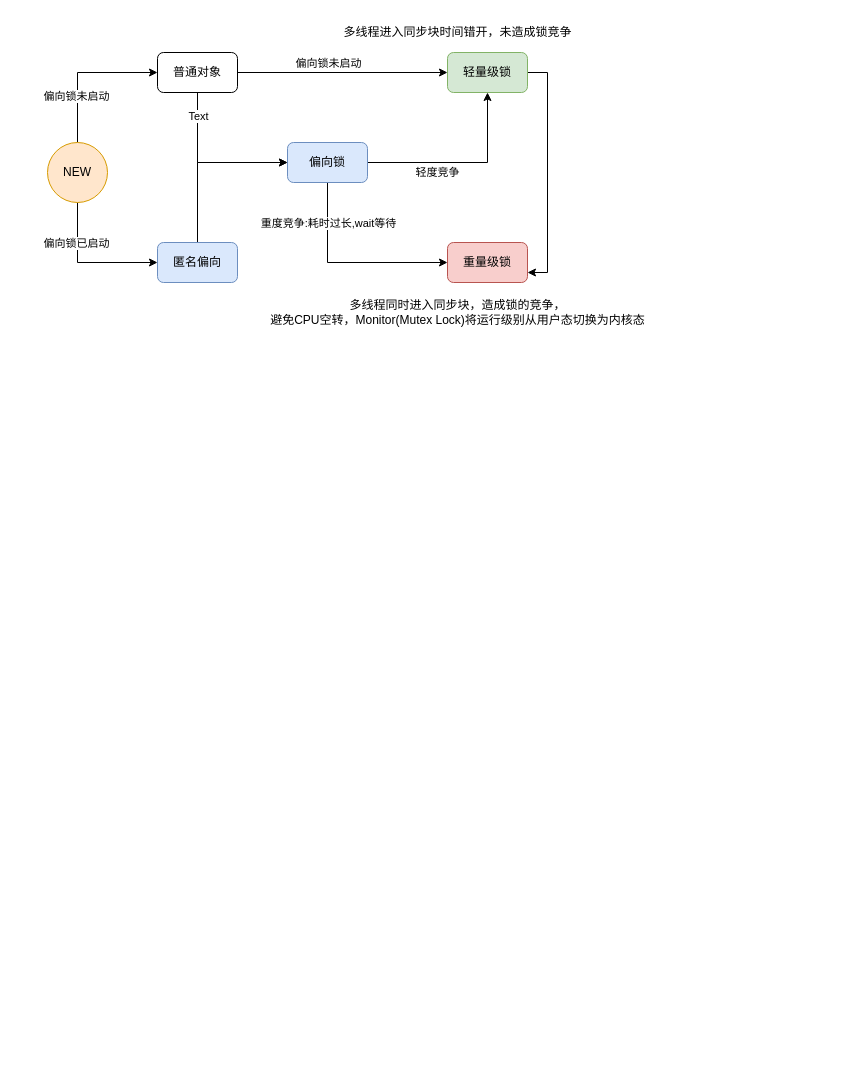
Earlier version of the draw.io diagram 日常画图草稿板.drawio (ccoderJava/draw-diagrams). Source tidied: cells renumbered, new cells numbered last; positions are measured from the earlier drawing's top-left corner, leaving out a move shared by most shapes. Both pictures are drawn from the tidied source at 100%, with x=0, y=0 at pixel (47, 17).
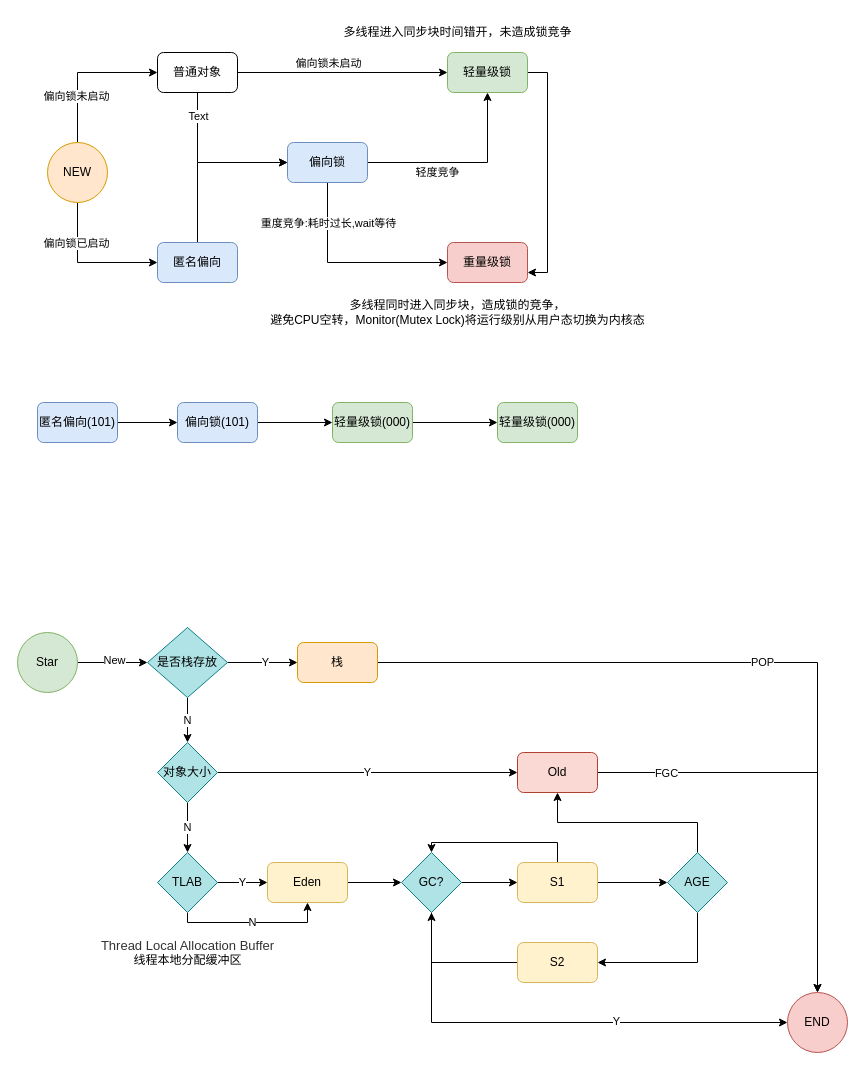
After the change.

Commit message:
:sparkles: 添加对象回收流程

What changed in the source:
```diff
@@
+    <mxCell id="23" style="edgeStyle=orthogonalEdgeStyle;rounded=0;jettySize=auto;html=1;exitX=1;exitY=0.5;exitDx=0;exitDy=0;entryX=0;entryY=0.5;entryDx=0;entryDy=0;" parent="1" edge="1" source="24" target="26">
+      <mxGeometry relative="1" as="geometry" />
+    </mxCell>
+    <mxCell id="24" value="匿名偏向(101)" style="rounded=1;whiteSpace=wrap;html=1;fillColor=#dae8fc;strokeColor=#6c8ebf;" parent="1" vertex="1">
+      <mxGeometry x="-10" y="385" width="80" height="40" as="geometry" />
+    </mxCell>
+    <mxCell id="25" style="edgeStyle=orthogonalEdgeStyle;rounded=0;jettySize=auto;html=1;exitX=1;exitY=0.5;exitDx=0;exitDy=0;entryX=0;entryY=0.5;entryDx=0;entryDy=0;" parent="1" edge="1" source="26" target="28">
+      <mxGeometry relative="1" as="geometry" />
+    </mxCell>
+    <mxCell id="26" value="偏向锁(101)" style="rounded=1;whiteSpace=wrap;html=1;fillColor=#dae8fc;strokeColor=#6c8ebf;" parent="1" vertex="1">
+      <mxGeometry x="130" y="385" width="80" height="40" as="geometry" />
+    </mxCell>
+    <mxCell id="27" style="edgeStyle=orthogonalEdgeStyle;rounded=0;jettySize=auto;html=1;exitX=1;exitY=0.5;exitDx=0;exitDy=0;entryX=0;entryY=0.5;entryDx=0;entryDy=0;" parent="1" edge="1" source="28" target="29">
+      <mxGeometry relative="1" as="geometry" />
+    </mxCell>
+    <mxCell id="28" value="轻量级锁(000)" style="rounded=1;whiteSpace=wrap;html=1;fillColor=#d5e8d4;strokeColor=#82b366;" parent="1" vertex="1">
+      <mxGeometry x="285" y="385" width="80" height="40" as="geometry" />
+    </mxCell>
+    <mxCell id="29" value="轻量级锁(000)" style="rounded=1;whiteSpace=wrap;html=1;fillColor=#d5e8d4;strokeColor=#82b366;" parent="1" vertex="1">
+      <mxGeometry x="450" y="385" width="80" height="40" as="geometry" />
+    </mxCell>
+    <mxCell id="30" style="edgeStyle=orthogonalEdgeStyle;rounded=0;jettySize=auto;html=1;exitX=1;exitY=0.5;exitDx=0;exitDy=0;" parent="1" edge="1" source="32" target="36">
+      <mxGeometry relative="1" as="geometry" />
+    </mxCell>
+    <mxCell id="31" value="New" style="edgeLabel;html=1;align=center;verticalAlign=middle;" parent="30" vertex="1">
+      <mxGeometry x="0.03" y="3" relative="1" as="geometry" />
+    </mxCell>
+    <mxCell id="32" value="Star" style="ellipse;whiteSpace=wrap;html=1;fillColor=#d5e8d4;strokeColor=#82b366;" parent="1" vertex="1">
+      <mxGeometry x="-30" y="615" width="60" height="60" as="geometry" />
+    </mxCell>
+    <mxCell id="33" style="edgeStyle=orthogonalEdgeStyle;rounded=0;jettySize=auto;html=1;exitX=1;exitY=0.5;exitDx=0;exitDy=0;" parent="1" edge="1" source="36" target="41">
+      <mxGeometry relative="1" as="geometry" />
+    </mxCell>
+    <mxCell id="34" value="Y" style="edgeLabel;html=1;align=center;verticalAlign=middle;" parent="33" vertex="1">
+      <mxGeometry x="0.06" y="2" relative="1" as="geometry">
+        <mxPoint y="1" as="offset" />
+      </mxGeometry>
+    </mxCell>
+    <mxCell id="35" value="N" style="edgeStyle=orthogonalEdgeStyle;rounded=0;jettySize=auto;html=1;exitX=0.5;exitY=1;exitDx=0;exitDy=0;entryX=0.5;entryY=0;entryDx=0;entryDy=0;" parent="1" edge="1" source="36" target="39">
+      <mxGeometry relative="1" as="geometry" />
+    </mxCell>
+    <mxCell id="36" value="是否栈存放" style="rhombus;whiteSpace=wrap;html=1;fillColor=#b0e3e6;strokeColor=#0e8088;" parent="1" vertex="1">
+      <mxGeometry x="100" y="610" width="80" height="70" as="geometry" />
+    </mxCell>
+    <mxCell id="37" value="N" style="edgeStyle=orthogonalEdgeStyle;rounded=0;jettySize=auto;html=1;exitX=0.5;exitY=1;exitDx=0;exitDy=0;" parent="1" edge="1" source="39" target="44">
+      <mxGeometry relative="1" as="geometry" />
+    </mxCell>
+    <mxCell id="38" value="Y" style="edgeStyle=orthogonalEdgeStyle;rounded=0;jettySize=auto;html=1;exitX=1;exitY=0.5;exitDx=0;exitDy=0;" parent="1" edge="1" source="39" target="47">
+      <mxGeometry relative="1" as="geometry" />
+    </mxCell>
+    <mxCell id="39" value="对象大小" style="rhombus;whiteSpace=wrap;html=1;fillColor=#b0e3e6;strokeColor=#0e8088;" parent="1" vertex="1">
+      <mxGeometry x="110" y="725" width="60" height="60" as="geometry" />
+    </mxCell>
+    <mxCell id="40" value="POP" style="edgeStyle=orthogonalEdgeStyle;rounded=0;jettySize=auto;html=1;exitX=1;exitY=0.5;exitDx=0;exitDy=0;entryX=0.5;entryY=0;entryDx=0;entryDy=0;" parent="1" edge="1" source="41" target="55">
+      <mxGeometry relative="1" as="geometry" />
+    </mxCell>
+    <mxCell id="41" value="栈" style="rounded=1;whiteSpace=wrap;html=1;fillColor=#ffe6cc;strokeColor=#d79b00;" parent="1" vertex="1">
+      <mxGeometry x="250" y="625" width="80" height="40" as="geometry" />
+    </mxCell>
+    <mxCell id="42" value="Y" style="edgeStyle=orthogonalEdgeStyle;rounded=0;jettySize=auto;html=1;exitX=1;exitY=0.5;exitDx=0;exitDy=0;" parent="1" edge="1" source="44" target="50">
+      <mxGeometry relative="1" as="geometry" />
+    </mxCell>
+    <mxCell id="43" value="N" style="edgeStyle=orthogonalEdgeStyle;rounded=0;jettySize=auto;html=1;exitX=0.5;exitY=1;exitDx=0;exitDy=0;entryX=0.5;entryY=1;entryDx=0;entryDy=0;" parent="1" edge="1" source="44" target="50">
+      <mxGeometry relative="1" as="geometry">
+        <Array as="points">
+          <mxPoint x="140" y="905" />
+          <mxPoint x="260" y="905" />
+        </Array>
+      </mxGeometry>
+    </mxCell>
+    <mxCell id="44" value="TLAB" style="rhombus;whiteSpace=wrap;html=1;fillColor=#b0e3e6;strokeColor=#0e8088;" parent="1" vertex="1">
+      <mxGeometry x="110" y="835" width="60" height="60" as="geometry" />
+    </mxCell>
+    <mxCell id="45" style="edgeStyle=orthogonalEdgeStyle;rounded=0;jettySize=auto;html=1;exitX=1;exitY=0.5;exitDx=0;exitDy=0;entryX=0.5;entryY=0;entryDx=0;entryDy=0;" parent="1" edge="1" source="47" target="55">
+      <mxGeometry relative="1" as="geometry" />
+    </mxCell>
+    <mxCell id="46" value="FGC" style="edgeLabel;html=1;align=center;verticalAlign=middle;" parent="45" vertex="1">
+      <mxGeometry x="-0.69" y="1" relative="1" as="geometry">
+        <mxPoint y="1" as="offset" />
+      </mxGeometry>
+    </mxCell>
+    <mxCell id="47" value="Old" style="rounded=1;whiteSpace=wrap;html=1;fillColor=#fad9d5;strokeColor=#ae4132;" parent="1" vertex="1">
+      <mxGeometry x="470" y="735" width="80" height="40" as="geometry" />
+    </mxCell>
+    <mxCell id="48" value="&lt;span style=&quot;color: rgb(51, 51, 51); font-family: Arial, sans-serif; font-size: 13px; text-align: start; background-color: rgb(255, 255, 255);&quot;&gt;Thread Local Allocation Buffer&lt;br&gt;&lt;/span&gt;线程本地分配缓冲区" style="text;html=1;align=center;verticalAlign=middle;strokeColor=none;fillColor=none;" parent="1" vertex="1">
+      <mxGeometry x="40" y="915" width="200" height="40" as="geometry" />
+    </mxCell>
+    <mxCell id="49" style="edgeStyle=orthogonalEdgeStyle;rounded=0;jettySize=auto;html=1;exitX=1;exitY=0.5;exitDx=0;exitDy=0;entryX=0;entryY=0.5;entryDx=0;entryDy=0;" parent="1" edge="1" source="50" target="54">
+      <mxGeometry relative="1" as="geometry" />
+    </mxCell>
+    <mxCell id="50" value="Eden" style="rounded=1;whiteSpace=wrap;html=1;fillColor=#fff2cc;strokeColor=#d6b656;" parent="1" vertex="1">
+      <mxGeometry x="220" y="845" width="80" height="40" as="geometry" />
+    </mxCell>
+    <mxCell id="51" style="edgeStyle=orthogonalEdgeStyle;rounded=0;jettySize=auto;html=1;exitX=1;exitY=0.5;exitDx=0;exitDy=0;entryX=0;entryY=0.5;entryDx=0;entryDy=0;" parent="1" edge="1" source="54" target="58">
+      <mxGeometry relative="1" as="geometry" />
+    </mxCell>
+    <mxCell id="52" style="edgeStyle=orthogonalEdgeStyle;rounded=0;jettySize=auto;html=1;exitX=0.5;exitY=1;exitDx=0;exitDy=0;entryX=0;entryY=0.5;entryDx=0;entryDy=0;" parent="1" edge="1" source="54" target="55">
+      <mxGeometry relative="1" as="geometry" />
+    </mxCell>
+    <mxCell id="53" value="Y" style="edgeLabel;html=1;align=center;verticalAlign=middle;" parent="52" vertex="1">
+      <mxGeometry x="0.26" y="3" relative="1" as="geometry">
+        <mxPoint y="1" as="offset" />
+      </mxGeometry>
+    </mxCell>
+    <mxCell id="54" value="GC?" style="rhombus;whiteSpace=wrap;html=1;fillColor=#b0e3e6;strokeColor=#0e8088;" parent="1" vertex="1">
+      <mxGeometry x="354" y="835" width="60" height="60" as="geometry" />
+    </mxCell>
+    <mxCell id="55" value="END" style="ellipse;whiteSpace=wrap;html=1;fillColor=#f8cecc;strokeColor=#b85450;" parent="1" vertex="1">
+      <mxGeometry x="740" y="975" width="60" height="60" as="geometry" />
+    </mxCell>
+    <mxCell id="56" style="edgeStyle=orthogonalEdgeStyle;rounded=0;jettySize=auto;html=1;exitX=0.5;exitY=0;exitDx=0;exitDy=0;entryX=0.5;entryY=0;entryDx=0;entryDy=0;" parent="1" edge="1" source="58" target="54">
+      <mxGeometry relative="1" as="geometry" />
+    </mxCell>
+    <mxCell id="57" style="edgeStyle=orthogonalEdgeStyle;rounded=0;jettySize=auto;html=1;exitX=1;exitY=0.5;exitDx=0;exitDy=0;entryX=0;entryY=0.5;entryDx=0;entryDy=0;" parent="1" edge="1" source="58" target="61">
+      <mxGeometry relative="1" as="geometry" />
+    </mxCell>
+    <mxCell id="58" value="S1" style="rounded=1;whiteSpace=wrap;html=1;fillColor=#fff2cc;strokeColor=#d6b656;" parent="1" vertex="1">
+      <mxGeometry x="470" y="845" width="80" height="40" as="geometry" />
+    </mxCell>
+    <mxCell id="59" style="edgeStyle=orthogonalEdgeStyle;rounded=0;jettySize=auto;html=1;exitX=0.5;exitY=0;exitDx=0;exitDy=0;entryX=0.5;entryY=1;entryDx=0;entryDy=0;" parent="1" edge="1" source="61" target="47">
+      <mxGeometry relative="1" as="geometry" />
+    </mxCell>
+    <mxCell id="60" style="edgeStyle=orthogonalEdgeStyle;rounded=0;jettySize=auto;html=1;exitX=0.5;exitY=1;exitDx=0;exitDy=0;entryX=1;entryY=0.5;entryDx=0;entryDy=0;" parent="1" edge="1" source="61" target="63">
+      <mxGeometry relative="1" as="geometry" />
+    </mxCell>
+    <mxCell id="61" value="AGE" style="rhombus;whiteSpace=wrap;html=1;fillColor=#b0e3e6;strokeColor=#0e8088;" parent="1" vertex="1">
+      <mxGeometry x="620" y="835" width="60" height="60" as="geometry" />
+    </mxCell>
+    <mxCell id="62" style="edgeStyle=orthogonalEdgeStyle;rounded=0;jettySize=auto;html=1;exitX=0;exitY=0.5;exitDx=0;exitDy=0;entryX=0.5;entryY=1;entryDx=0;entryDy=0;" parent="1" edge="1" source="63" target="54">
+      <mxGeometry relative="1" as="geometry" />
+    </mxCell>
+    <mxCell id="63" value="S2" style="rounded=1;whiteSpace=wrap;html=1;fillColor=#fff2cc;strokeColor=#d6b656;" parent="1" vertex="1">
+      <mxGeometry x="470" y="925" width="80" height="40" as="geometry" />
+    </mxCell>
```
